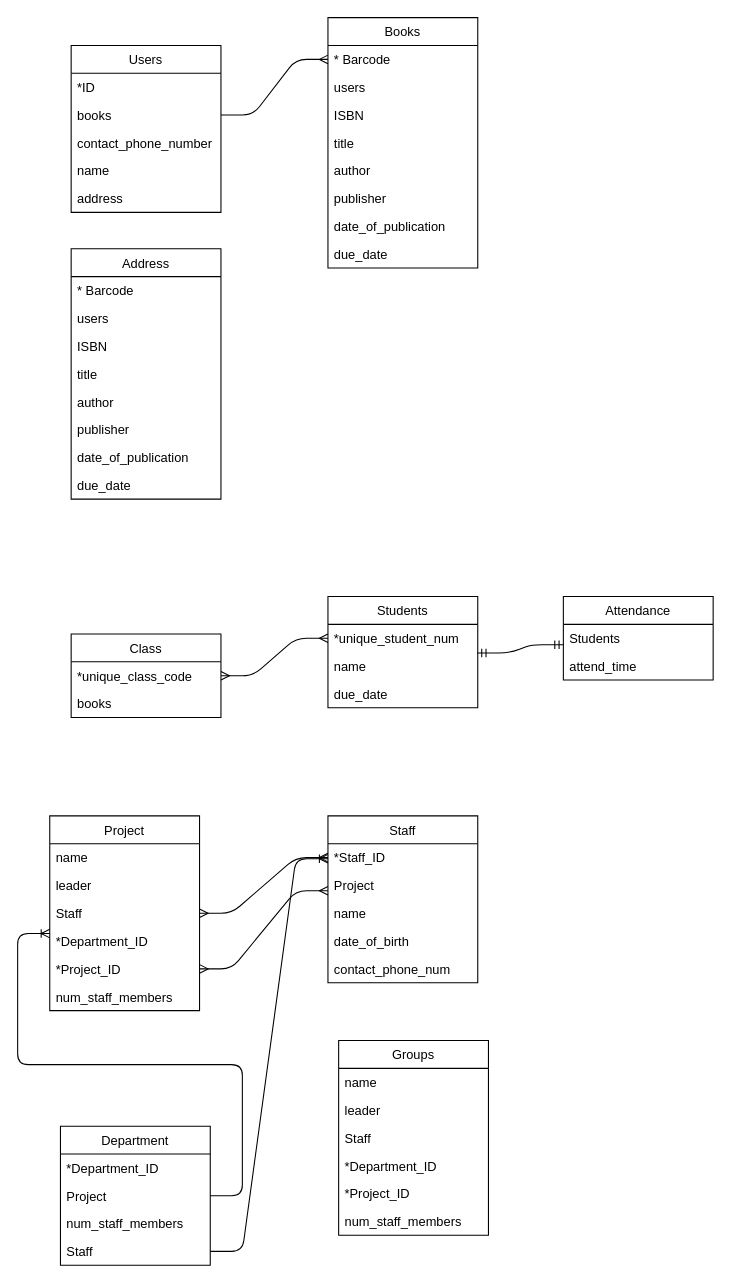
This is Untitled Diagram.drawio from Ziqi222/name.c, a draw.io file, before an edit. Source tidied: cells renumbered, new cells numbered last; positions are measured from the earlier drawing's top-left corner, leaving out a move shared by most shapes. Both pictures are drawn from the tidied source at 107%, with x=0, y=0 at pixel (49, 17).
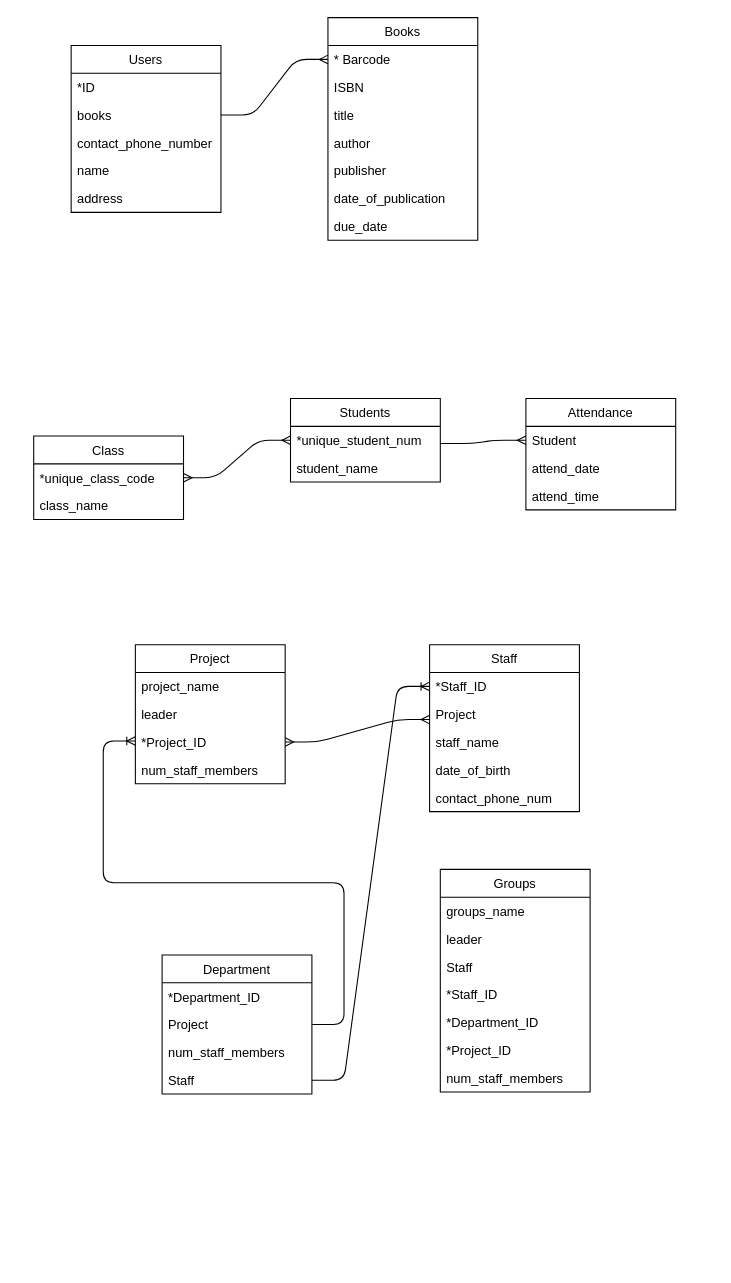
The same page after the edit.

Unchanged cells that the change refers to:
```xml
<mxCell id="30" value="*unique_student_num" style="text;strokeColor=none;fillColor=none;align=left;verticalAlign=top;spacingLeft=4;spacingRight=4;overflow=hidden;points=[[0,0.5],[1,0.5]];portConstraint=eastwest;" parent="29" vertex="1">
  <mxGeometry y="26" width="140" height="26" as="geometry" />
</mxCell>
<mxCell id="37" value="*Staff_ID" style="text;strokeColor=none;fillColor=none;align=left;verticalAlign=top;spacingLeft=4;spacingRight=4;overflow=hidden;points=[[0,0.5],[1,0.5]];portConstraint=eastwest;" parent="36" vertex="1">
  <mxGeometry y="26" width="140" height="26" as="geometry" />
</mxCell>
<mxCell id="44" value="Project" style="text;strokeColor=none;fillColor=none;align=left;verticalAlign=top;spacingLeft=4;spacingRight=4;overflow=hidden;points=[[0,0.5],[1,0.5]];portConstraint=eastwest;" parent="42" vertex="1">
  <mxGeometry y="52" width="140" height="26" as="geometry" />
</mxCell>
<mxCell id="46" value="Staff" style="text;strokeColor=none;fillColor=none;align=left;verticalAlign=top;spacingLeft=4;spacingRight=4;overflow=hidden;points=[[0,0.5],[1,0.5]];portConstraint=eastwest;" parent="42" vertex="1">
  <mxGeometry y="104" width="140" height="26" as="geometry" />
</mxCell>
```

Change to the diagram source:
```diff
@@
     <mxCell id="8" value="Books" style="swimlane;fontStyle=0;horizontal=1;startSize=26;fillColor=none;" parent="1" vertex="1">
-      <mxGeometry x="260" width="140" height="234" as="geometry" />
+      <mxGeometry x="260" width="140" height="208" as="geometry" />
     </mxCell>
@@
-    <mxCell id="10" value="users" style="text;strokeColor=none;fillColor=none;align=left;verticalAlign=top;spacingLeft=4;spacingRight=4;overflow=hidden;" parent="8" vertex="1">
-      <mxGeometry y="52" width="140" height="26" as="geometry" />
-    </mxCell>
     <mxCell id="11" value="ISBN" style="text;strokeColor=none;fillColor=none;align=left;verticalAlign=top;spacingLeft=4;spacingRight=4;overflow=hidden;" parent="8" vertex="1">
-      <mxGeometry y="78" width="140" height="26" as="geometry" />
+      <mxGeometry y="52" width="140" height="26" as="geometry" />
     </mxCell>
     <mxCell id="12" value="title" style="text;strokeColor=none;fillColor=none;align=left;verticalAlign=top;spacingLeft=4;spacingRight=4;overflow=hidden;" parent="8" vertex="1">
-      <mxGeometry y="104" width="140" height="26" as="geometry" />
+      <mxGeometry y="78" width="140" height="26" as="geometry" />
     </mxCell>
     <mxCell id="13" value="author" style="text;strokeColor=none;fillColor=none;align=left;verticalAlign=top;spacingLeft=4;spacingRight=4;overflow=hidden;" parent="8" vertex="1">
-      <mxGeometry y="130" width="140" height="26" as="geometry" />
+      <mxGeometry y="104" width="140" height="26" as="geometry" />
     </mxCell>
     <mxCell id="14" value="publisher" style="text;strokeColor=none;fillColor=none;align=left;verticalAlign=top;spacingLeft=4;spacingRight=4;overflow=hidden;" parent="8" vertex="1">
-      <mxGeometry y="156" width="140" height="26" as="geometry" />
+      <mxGeometry y="130" width="140" height="26" as="geometry" />
     </mxCell>
     <mxCell id="15" value="date_of_publication" style="text;strokeColor=none;fillColor=none;align=left;verticalAlign=top;spacingLeft=4;spacingRight=4;overflow=hidden;" parent="8" vertex="1">
-      <mxGeometry y="182" width="140" height="26" as="geometry" />
+      <mxGeometry y="156" width="140" height="26" as="geometry" />
     </mxCell>
     <mxCell id="16" value="due_date" style="text;strokeColor=none;fillColor=none;align=left;verticalAlign=top;spacingLeft=4;spacingRight=4;overflow=hidden;" parent="8" vertex="1">
-      <mxGeometry y="208" width="140" height="26" as="geometry" />
+      <mxGeometry y="182" width="140" height="26" as="geometry" />
     </mxCell>
-    <mxCell id="17" value="Address" style="swimlane;fontStyle=0;horizontal=1;startSize=26;fillColor=none;" parent="1" vertex="1">
-      <mxGeometry x="20" y="216" width="140" height="234" as="geometry" />
-    </mxCell>
-    <mxCell id="18" value="* Barcode" style="text;strokeColor=none;fillColor=none;align=left;verticalAlign=top;spacingLeft=4;spacingRight=4;overflow=hidden;" parent="17" vertex="1">
-      <mxGeometry y="26" width="140" height="26" as="geometry" />
-    </mxCell>
-    <mxCell id="19" value="users" style="text;strokeColor=none;fillColor=none;align=left;verticalAlign=top;spacingLeft=4;spacingRight=4;overflow=hidden;" parent="17" vertex="1">
-      <mxGeometry y="52" width="140" height="26" as="geometry" />
-    </mxCell>
-    <mxCell id="20" value="ISBN" style="text;strokeColor=none;fillColor=none;align=left;verticalAlign=top;spacingLeft=4;spacingRight=4;overflow=hidden;" parent="17" vertex="1">
-      <mxGeometry y="78" width="140" height="26" as="geometry" />
-    </mxCell>
-    <mxCell id="21" value="title" style="text;strokeColor=none;fillColor=none;align=left;verticalAlign=top;spacingLeft=4;spacingRight=4;overflow=hidden;" parent="17" vertex="1">
-      <mxGeometry y="104" width="140" height="26" as="geometry" />
-    </mxCell>
-    <mxCell id="22" value="author" style="text;strokeColor=none;fillColor=none;align=left;verticalAlign=top;spacingLeft=4;spacingRight=4;overflow=hidden;" parent="17" vertex="1">
-      <mxGeometry y="130" width="140" height="26" as="geometry" />
-    </mxCell>
-    <mxCell id="23" value="publisher" style="text;strokeColor=none;fillColor=none;align=left;verticalAlign=top;spacingLeft=4;spacingRight=4;overflow=hidden;" parent="17" vertex="1">
-      <mxGeometry y="156" width="140" height="26" as="geometry" />
-    </mxCell>
-    <mxCell id="24" value="date_of_publication" style="text;strokeColor=none;fillColor=none;align=left;verticalAlign=top;spacingLeft=4;spacingRight=4;overflow=hidden;" parent="17" vertex="1">
-      <mxGeometry y="182" width="140" height="26" as="geometry" />
-    </mxCell>
-    <mxCell id="25" value="due_date" style="text;strokeColor=none;fillColor=none;align=left;verticalAlign=top;spacingLeft=4;spacingRight=4;overflow=hidden;" parent="17" vertex="1">
-      <mxGeometry y="208" width="140" height="26" as="geometry" />
-    </mxCell>
     <mxCell id="26" value="Class" style="swimlane;fontStyle=0;horizontal=1;startSize=26;fillColor=none;" parent="1" vertex="1">
-      <mxGeometry x="20" y="576" width="140" height="78" as="geometry" />
+      <mxGeometry x="-15" y="391" width="140" height="78" as="geometry" />
     </mxCell>
@@
-    <mxCell id="28" value="books" style="text;strokeColor=none;fillColor=none;align=left;verticalAlign=top;spacingLeft=4;spacingRight=4;overflow=hidden;" parent="26" vertex="1">
+    <mxCell id="28" value="class_name" style="text;strokeColor=none;fillColor=none;align=left;verticalAlign=top;spacingLeft=4;spacingRight=4;overflow=hidden;" parent="26" vertex="1">
       <mxGeometry y="52" width="140" height="26" as="geometry" />
     </mxCell>
     <mxCell id="29" value="Students" style="swimlane;fontStyle=0;horizontal=1;startSize=26;fillColor=none;" parent="1" vertex="1">
-      <mxGeometry x="260" y="541" width="140" height="104" as="geometry" />
+      <mxGeometry x="225" y="356" width="140" height="78" as="geometry" />
     </mxCell>
@@
-    <mxCell id="31" value="name" style="text;strokeColor=none;fillColor=none;align=left;verticalAlign=top;spacingLeft=4;spacingRight=4;overflow=hidden;points=[[0,0.5],[1,0.5]];portConstraint=eastwest;" parent="29" vertex="1">
+    <mxCell id="31" value="student_name" style="text;strokeColor=none;fillColor=none;align=left;verticalAlign=top;spacingLeft=4;spacingRight=4;overflow=hidden;points=[[0,0.5],[1,0.5]];portConstraint=eastwest;" parent="29" vertex="1">
       <mxGeometry y="52" width="140" height="26" as="geometry" />
     </mxCell>
-    <mxCell id="32" value="due_date" style="text;strokeColor=none;fillColor=none;align=left;verticalAlign=top;spacingLeft=4;spacingRight=4;overflow=hidden;" parent="29" vertex="1">
-      <mxGeometry y="78" width="140" height="26" as="geometry" />
-    </mxCell>
     <mxCell id="33" value="Attendance" style="swimlane;fontStyle=0;horizontal=1;startSize=26;fillColor=none;" parent="1" vertex="1">
-      <mxGeometry x="480" y="541" width="140" height="78" as="geometry" />
+      <mxGeometry x="445" y="356" width="140" height="104" as="geometry" />
     </mxCell>
-    <mxCell id="34" value="Students" style="text;strokeColor=none;fillColor=none;align=left;verticalAlign=top;spacingLeft=4;spacingRight=4;overflow=hidden;points=[[0,0.5],[1,0.5]];portConstraint=eastwest;" parent="33" vertex="1">
+    <mxCell id="34" value="Student" style="text;strokeColor=none;fillColor=none;align=left;verticalAlign=top;spacingLeft=4;spacingRight=4;overflow=hidden;points=[[0,0.5],[1,0.5]];portConstraint=eastwest;" parent="33" vertex="1">
       <mxGeometry y="26" width="140" height="26" as="geometry" />
     </mxCell>
+    <mxCell id="32" value="attend_date" style="text;strokeColor=none;fillColor=none;align=left;verticalAlign=top;spacingLeft=4;spacingRight=4;overflow=hidden;" parent="33" vertex="1">
+      <mxGeometry y="52" width="140" height="26" as="geometry" />
+    </mxCell>
     <mxCell id="35" value="attend_time&#10;" style="text;strokeColor=none;fillColor=none;align=left;verticalAlign=top;spacingLeft=4;spacingRight=4;overflow=hidden;" parent="33" vertex="1">
-      <mxGeometry y="52" width="140" height="26" as="geometry" />
+      <mxGeometry y="78" width="140" height="26" as="geometry" />
     </mxCell>
     <mxCell id="36" value="Staff" style="swimlane;fontStyle=0;horizontal=1;startSize=26;fillColor=none;" parent="1" vertex="1">
-      <mxGeometry x="260" y="746" width="140" height="156" as="geometry" />
+      <mxGeometry x="355" y="586" width="140" height="156" as="geometry" />
     </mxCell>
@@
-    <mxCell id="39" value="name" style="text;strokeColor=none;fillColor=none;align=left;verticalAlign=top;spacingLeft=4;spacingRight=4;overflow=hidden;" parent="36" vertex="1">
+    <mxCell id="39" value="staff_name" style="text;strokeColor=none;fillColor=none;align=left;verticalAlign=top;spacingLeft=4;spacingRight=4;overflow=hidden;" parent="36" vertex="1">
       <mxGeometry y="78" width="140" height="26" as="geometry" />
     </mxCell>
@@
     <mxCell id="42" value="Department" style="swimlane;fontStyle=0;horizontal=1;startSize=26;fillColor=none;" parent="1" vertex="1">
-      <mxGeometry x="10" y="1036" width="140" height="130" as="geometry" />
+      <mxGeometry x="105" y="876" width="140" height="130" as="geometry" />
     </mxCell>
@@
     <mxCell id="47" style="edgeStyle=entityRelationEdgeStyle;fontSize=12;html=1;endArrow=ERmany;startArrow=ERmany;" parent="1" edge="1" target="30">
       <mxGeometry relative="1" as="geometry">
-        <mxPoint x="160" y="615" as="sourcePoint" />
+        <mxPoint x="125" y="430" as="sourcePoint" />
       </mxGeometry>
     </mxCell>
-    <mxCell id="48" style="edgeStyle=entityRelationEdgeStyle;fontSize=12;html=1;endArrow=ERmandOne;startArrow=ERmandOne;exitX=0.998;exitY=0.032;exitDx=0;exitDy=0;exitPerimeter=0;" parent="1" edge="1" source="31">
-      <mxGeometry relative="1" as="geometry">
-        <mxPoint x="480" y="586" as="targetPoint" />
-      </mxGeometry>
-    </mxCell>
     <mxCell id="49" value="Project" style="swimlane;fontStyle=0;horizontal=1;startSize=26;fillColor=none;" parent="1" vertex="1">
-      <mxGeometry y="746" width="140" height="182" as="geometry" />
+      <mxGeometry x="80" y="586" width="140" height="130" as="geometry" />
     </mxCell>
-    <mxCell id="50" value="name" style="text;strokeColor=none;fillColor=none;align=left;verticalAlign=top;spacingLeft=4;spacingRight=4;overflow=hidden;" parent="49" vertex="1">
+    <mxCell id="50" value="project_name" style="text;strokeColor=none;fillColor=none;align=left;verticalAlign=top;spacingLeft=4;spacingRight=4;overflow=hidden;" parent="49" vertex="1">
       <mxGeometry y="26" width="140" height="26" as="geometry" />
     </mxCell>
@@
-    <mxCell id="52" value="Staff" style="text;strokeColor=none;fillColor=none;align=left;verticalAlign=top;spacingLeft=4;spacingRight=4;overflow=hidden;points=[[0,0.5],[1,0.5]];portConstraint=eastwest;" parent="49" vertex="1">
-      <mxGeometry y="78" width="140" height="26" as="geometry" />
-    </mxCell>
-    <mxCell id="53" value="*Department_ID" style="text;strokeColor=none;fillColor=none;align=left;verticalAlign=top;spacingLeft=4;spacingRight=4;overflow=hidden;" parent="49" vertex="1">
-      <mxGeometry y="104" width="140" height="26" as="geometry" />
-    </mxCell>
     <mxCell id="54" value="*Project_ID" style="text;strokeColor=none;fillColor=none;align=left;verticalAlign=top;spacingLeft=4;spacingRight=4;overflow=hidden;points=[[0,0.5],[1,0.5]];portConstraint=eastwest;" parent="49" vertex="1">
-      <mxGeometry y="130" width="140" height="26" as="geometry" />
+      <mxGeometry y="78" width="140" height="26" as="geometry" />
     </mxCell>
     <mxCell id="55" value="num_staff_members" style="text;strokeColor=none;fillColor=none;align=left;verticalAlign=top;spacingLeft=4;spacingRight=4;overflow=hidden;" parent="49" vertex="1">
-      <mxGeometry y="156" width="140" height="26" as="geometry" />
+      <mxGeometry y="104" width="140" height="26" as="geometry" />
     </mxCell>
-    <mxCell id="56" style="edgeStyle=entityRelationEdgeStyle;fontSize=12;html=1;endArrow=ERmany;startArrow=ERmany;entryX=0;entryY=0.5;entryDx=0;entryDy=0;exitX=1;exitY=0.5;exitDx=0;exitDy=0;" parent="1" edge="1" source="52" target="37">
-      <mxGeometry relative="1" as="geometry" />
-    </mxCell>
-    <mxCell id="57" style="edgeStyle=entityRelationEdgeStyle;fontSize=12;html=1;endArrow=ERoneToMany;exitX=1;exitY=0.5;exitDx=0;exitDy=0;" parent="1" edge="1" source="46">
-      <mxGeometry relative="1" as="geometry">
-        <mxPoint x="260" y="786" as="targetPoint" />
-      </mxGeometry>
+    <mxCell id="57" style="edgeStyle=entityRelationEdgeStyle;fontSize=12;html=1;endArrow=ERoneToMany;exitX=1;exitY=0.5;exitDx=0;exitDy=0;entryX=0;entryY=0.5;entryDx=0;entryDy=0;" parent="1" edge="1" source="46" target="37">
+      <mxGeometry relative="1" as="geometry" />
     </mxCell>
     <mxCell id="58" style="edgeStyle=entityRelationEdgeStyle;fontSize=12;html=1;endArrow=ERoneToMany;exitX=1;exitY=0.5;exitDx=0;exitDy=0;" parent="1" edge="1" source="44">
       <mxGeometry relative="1" as="geometry">
-        <mxPoint y="856" as="targetPoint" />
+        <mxPoint x="80" y="676" as="targetPoint" />
       </mxGeometry>
     </mxCell>
     <mxCell id="59" style="edgeStyle=entityRelationEdgeStyle;fontSize=12;html=1;endArrow=ERmany;startArrow=ERmany;entryX=0;entryY=0.5;entryDx=0;entryDy=0;exitX=1;exitY=0.5;exitDx=0;exitDy=0;" parent="1" edge="1" source="54">
       <mxGeometry relative="1" as="geometry">
-        <mxPoint x="260" y="816" as="targetPoint" />
+        <mxPoint x="355" y="656" as="targetPoint" />
       </mxGeometry>
     </mxCell>
     <mxCell id="60" value="Groups" style="swimlane;fontStyle=0;horizontal=1;startSize=26;fillColor=none;" parent="1" vertex="1">
-      <mxGeometry x="270" y="956" width="140" height="182" as="geometry" />
+      <mxGeometry x="365" y="796" width="140" height="208" as="geometry" />
     </mxCell>
-    <mxCell id="61" value="name" style="text;strokeColor=none;fillColor=none;align=left;verticalAlign=top;spacingLeft=4;spacingRight=4;overflow=hidden;" parent="60" vertex="1">
+    <mxCell id="61" value="groups_name" style="text;strokeColor=none;fillColor=none;align=left;verticalAlign=top;spacingLeft=4;spacingRight=4;overflow=hidden;" parent="60" vertex="1">
       <mxGeometry y="26" width="140" height="26" as="geometry" />
     </mxCell>
@@
+    <mxCell id="68" value="*Staff_ID" style="text;strokeColor=none;fillColor=none;align=left;verticalAlign=top;spacingLeft=4;spacingRight=4;overflow=hidden;" parent="60" vertex="1">
+      <mxGeometry y="104" width="140" height="26" as="geometry" />
+    </mxCell>
     <mxCell id="64" value="*Department_ID" style="text;strokeColor=none;fillColor=none;align=left;verticalAlign=top;spacingLeft=4;spacingRight=4;overflow=hidden;" parent="60" vertex="1">
-      <mxGeometry y="104" width="140" height="26" as="geometry" />
+      <mxGeometry y="130" width="140" height="26" as="geometry" />
     </mxCell>
     <mxCell id="65" value="*Project_ID" style="text;strokeColor=none;fillColor=none;align=left;verticalAlign=top;spacingLeft=4;spacingRight=4;overflow=hidden;" parent="60" vertex="1">
-      <mxGeometry y="130" width="140" height="26" as="geometry" />
+      <mxGeometry y="156" width="140" height="26" as="geometry" />
     </mxCell>
     <mxCell id="66" value="num_staff_members" style="text;strokeColor=none;fillColor=none;align=left;verticalAlign=top;spacingLeft=4;spacingRight=4;overflow=hidden;" parent="60" vertex="1">
-      <mxGeometry y="156" width="140" height="26" as="geometry" />
+      <mxGeometry y="182" width="140" height="26" as="geometry" />
     </mxCell>
@@
+    <mxCell id="69" style="edgeStyle=entityRelationEdgeStyle;fontSize=12;html=1;endArrow=ERmany;exitX=1;exitY=0.5;exitDx=0;exitDy=0;entryX=0;entryY=0.5;entryDx=0;entryDy=0;" parent="1" edge="1" target="34">
+      <mxGeometry relative="1" as="geometry">
+        <mxPoint x="365" y="398" as="sourcePoint" />
+      </mxGeometry>
+    </mxCell>
```
